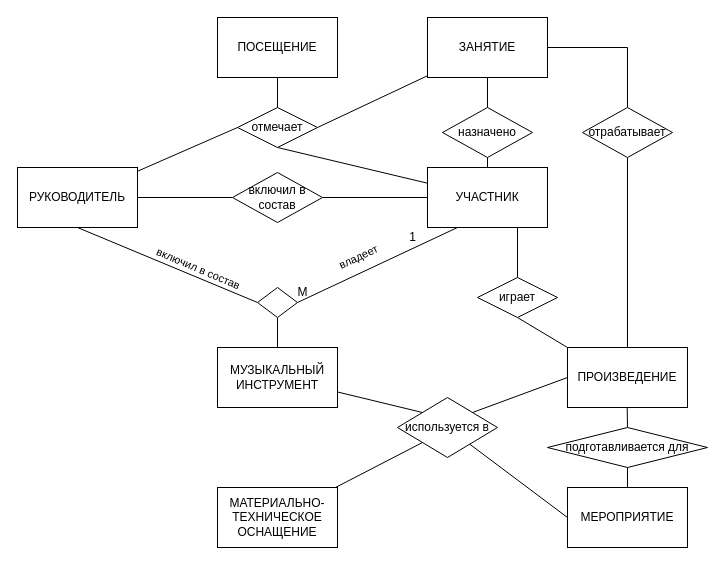
Before: 3_курс/6_semester/Базы_Данных/Курсовая/ER.drawio in Luzinsan/tusur, a draw.io diagram. Source tidied: cells renumbered, new cells numbered last; positions are measured from the earlier drawing's top-left corner, leaving out a move shared by most shapes. Both pictures are drawn from the tidied source at 100%, with x=0, y=0 at pixel (17, 17).
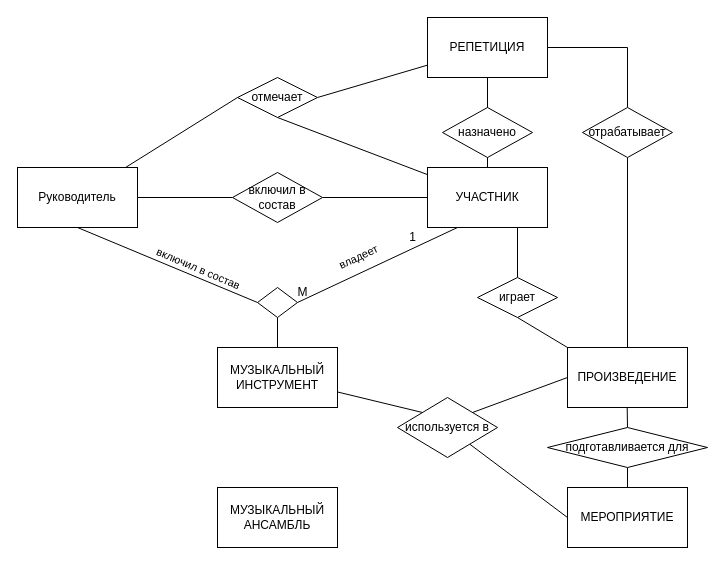
Above is the later version.

The change refers to these unchanged cells:
```xml
<mxCell id="31" value="используется в" style="rhombus;whiteSpace=wrap;html=1;" parent="1" vertex="1">
  <mxGeometry x="380" y="380" width="100" height="60" as="geometry" />
</mxCell>
```

What changed in the source:
```diff
@@
-    <mxCell id="6" value="РУКОВОДИТЕЛЬ" style="whiteSpace=wrap;html=1;" parent="1" vertex="1">
+    <mxCell id="6" value="Руководитель" style="whiteSpace=wrap;html=1;" parent="1" vertex="1">
       <mxGeometry y="150" width="120" height="60" as="geometry" />
     </mxCell>
@@
-    <mxCell id="19" value="ЗАНЯТИЕ" style="whiteSpace=wrap;html=1;" parent="1" vertex="1">
+    <mxCell id="19" value="РЕПЕТИЦИЯ" style="whiteSpace=wrap;html=1;" parent="1" vertex="1">
       <mxGeometry x="410" width="120" height="60" as="geometry" />
     </mxCell>
-    <mxCell id="20" value="ПОСЕЩЕНИЕ" style="whiteSpace=wrap;html=1;" parent="1" vertex="1">
-      <mxGeometry x="200" width="120" height="60" as="geometry" />
-    </mxCell>
-    <mxCell id="21" style="rounded=0;jettySize=auto;html=1;endArrow=none;endFill=0;entryX=0;entryY=1;entryDx=0;entryDy=0;" parent="1" edge="1" source="22" target="31">
-      <mxGeometry relative="1" as="geometry" />
-    </mxCell>
-    <mxCell id="22" value="МАТЕРИАЛЬНО-ТЕХНИЧЕСКОЕ ОСНАЩЕНИЕ" style="whiteSpace=wrap;html=1;" parent="1" vertex="1">
-      <mxGeometry x="200" y="470" width="120" height="60" as="geometry" />
-    </mxCell>
@@
-    <mxCell id="27" style="rounded=0;jettySize=auto;html=1;entryX=0.5;entryY=1;entryDx=0;entryDy=0;endArrow=none;endFill=0;exitX=0.5;exitY=0;exitDx=0;exitDy=0;" parent="1" edge="1" source="28" target="20">
-      <mxGeometry relative="1" as="geometry" />
-    </mxCell>
     <mxCell id="28" value="отмечает" style="rhombus;whiteSpace=wrap;html=1;" parent="1" vertex="1">
-      <mxGeometry x="220" y="90" width="80" height="40" as="geometry" />
+      <mxGeometry x="220" y="60" width="80" height="40" as="geometry" />
     </mxCell>
@@
+    <mxCell id="42" value="МУЗЫКАЛЬНЫЙ АНСАМБЛЬ" style="whiteSpace=wrap;html=1;" parent="1" vertex="1">
+      <mxGeometry x="200" y="470" width="120" height="60" as="geometry" />
+    </mxCell>
```
